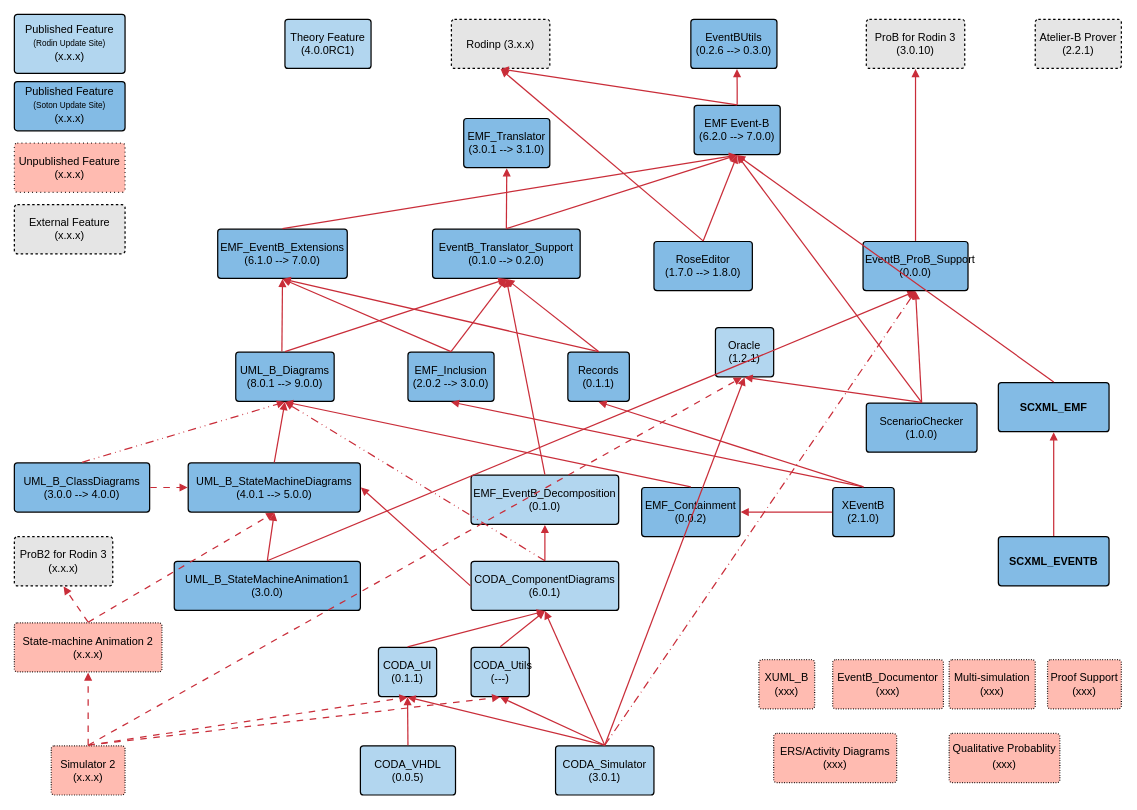
The draw.io diagram Rodin Features.drawio in eventB-Soton/DevelopmentProcedures, before the edit. Source tidied: cells renumbered, new cells numbered last; positions are measured from the earlier drawing's top-left corner, leaving out a move shared by most shapes. Both pictures are drawn from the tidied source at 82%, with x=0, y=0 at pixel (14, 14).
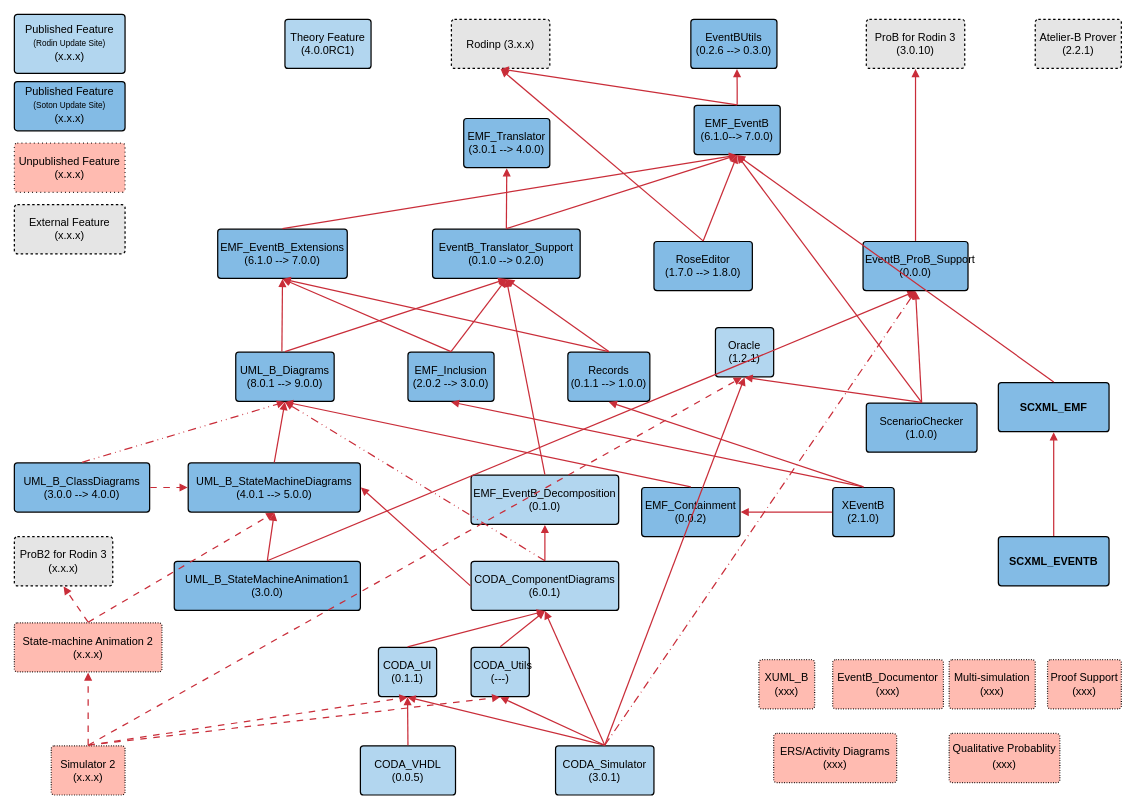
After the change.

Commit message:
Update version numbers for EMF framework, translator and Rose

The edit, as a diff of the source:
```diff
@@
-    <mxCell id="3" value="EMF Event-B &lt;br&gt;(6.2.0 --&amp;gt; 7.0.0)" style="html=1;overflow=block;blockSpacing=1;whiteSpace=wrap;fontSize=13.3;fontColor=default;spacing=3.8;strokeOpacity=100;fillOpacity=100;rounded=1;absoluteArcSize=1;arcSize=7.5;fillColor=#83bbe5;strokeWidth=1.5;" parent="1" vertex="1">
+    <mxCell id="3" value="EMF_EventB&lt;br&gt;(6.1.0--&amp;gt; 7.0.0)" style="html=1;overflow=block;blockSpacing=1;whiteSpace=wrap;fontSize=13.3;fontColor=default;spacing=3.8;strokeOpacity=100;fillOpacity=100;rounded=1;absoluteArcSize=1;arcSize=7.5;fillColor=#83bbe5;strokeWidth=1.5;" parent="1" vertex="1">
       <mxGeometry x="829" y="111" width="105" height="60" as="geometry" />
     </mxCell>
-    <mxCell id="4" value="EMF_Translator (3.0.1 --&amp;gt; 3.1.0)" style="html=1;overflow=block;blockSpacing=1;whiteSpace=wrap;fontSize=13.3;fontColor=default;spacing=3.8;strokeOpacity=100;fillOpacity=100;rounded=1;absoluteArcSize=1;arcSize=7.5;fillColor=#83bbe5;strokeWidth=1.5;" parent="1" vertex="1">
+    <mxCell id="4" value="EMF_Translator (3.0.1 --&amp;gt; 4.0.0)" style="html=1;overflow=block;blockSpacing=1;whiteSpace=wrap;fontSize=13.3;fontColor=default;spacing=3.8;strokeOpacity=100;fillOpacity=100;rounded=1;absoluteArcSize=1;arcSize=7.5;fillColor=#83bbe5;strokeWidth=1.5;" parent="1" vertex="1">
       <mxGeometry x="548" y="127" width="105" height="60" as="geometry" />
     </mxCell>
@@
-    <mxCell id="23" value="Records (0.1.1)" style="html=1;overflow=block;blockSpacing=1;whiteSpace=wrap;fontSize=13.3;fontColor=default;spacing=3.8;strokeOpacity=100;fillOpacity=100;rounded=1;absoluteArcSize=1;arcSize=7.5;fillColor=#83bbe5;strokeWidth=1.5;" parent="1" vertex="1">
-      <mxGeometry x="675" y="412" width="75" height="60" as="geometry" />
+    <mxCell id="23" value="&lt;div&gt;Records &lt;br&gt;&lt;/div&gt;&lt;div&gt;(0.1.1 --&amp;gt; 1.0.0)&lt;/div&gt;" style="html=1;overflow=block;blockSpacing=1;whiteSpace=wrap;fontSize=13.3;fontColor=default;spacing=3.8;strokeOpacity=100;fillOpacity=100;rounded=1;absoluteArcSize=1;arcSize=7.5;fillColor=#83bbe5;strokeWidth=1.5;" parent="1" vertex="1">
+      <mxGeometry x="675" y="412" width="100" height="60" as="geometry" />
     </mxCell>
```
